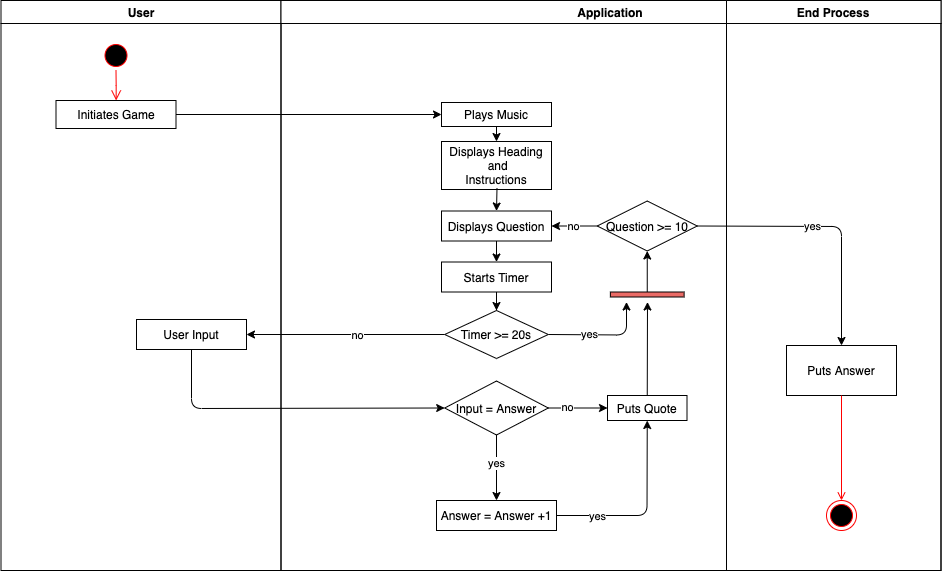
The draw.io diagram T1_A3/Control Flow.png in henrydrayton/henrydrayton.github.io, before a commit. Source tidied: cells renumbered, new cells last; positions are measured from the earlier drawing's top-left corner, leaving out a move shared by most shapes. Source of this version:
```xml
<mxGraphModel background="#ffffff">
  <root>
    <mxCell id="0" />
    <mxCell id="1" parent="0" />
    <mxCell id="2" value="User" style="swimlane;whiteSpace=wrap;" parent="1" vertex="1">
      <mxGeometry x="0.5" width="280" height="570" as="geometry" />
    </mxCell>
    <mxCell id="3" style="ellipse;shape=startState;fillColor=#000000;strokeColor=#ff0000;" parent="2" vertex="1">
      <mxGeometry x="100" y="40" width="30" height="30" as="geometry" />
    </mxCell>
    <mxCell id="4" style="edgeStyle=elbowEdgeStyle;elbow=horizontal;verticalAlign=bottom;endArrow=open;endSize=8;strokeColor=#FF0000;endFill=1;rounded=0;" parent="2" edge="1" source="3" target="6">
      <mxGeometry x="100" y="40" as="geometry" />
    </mxCell>
    <mxCell id="5" style="edgeStyle=elbowEdgeStyle;elbow=horizontal;strokeColor=#FF0000;endArrow=open;endFill=1;rounded=0;" parent="2" edge="1" source="x">
      <mxGeometry relative="1" as="geometry">
        <mxPoint x="60" y="237" as="targetPoint" />
        <Array as="points">
          <mxPoint x="30" y="352" />
        </Array>
      </mxGeometry>
    </mxCell>
    <mxCell id="6" value="Initiates Game" style="rounded=0;whiteSpace=wrap;html=1;" parent="2" vertex="1">
      <mxGeometry x="55" y="100" width="120" height="28" as="geometry" />
    </mxCell>
    <mxCell id="7" value="User Input" parent="2" vertex="1">
      <mxGeometry x="135.5" y="319" width="110" height="30" as="geometry" />
    </mxCell>
    <mxCell id="8" value="Application" style="swimlane;whiteSpace=wrap;" parent="1" vertex="1">
      <mxGeometry x="280.5" width="660" height="570" as="geometry" />
    </mxCell>
    <mxCell id="9" value="Plays Music" parent="8" vertex="1">
      <mxGeometry x="160.5" y="102" width="110" height="24" as="geometry" />
    </mxCell>
    <mxCell id="10" style="edgeStyle=orthogonalEdgeStyle;rounded=0;sketch=0;jettySize=auto;html=1;entryX=0.5;entryY=0;entryDx=0;entryDy=0;shadow=0;strokeColor=#000000;" parent="8" edge="1" source="11" target="23">
      <mxGeometry relative="1" as="geometry" />
    </mxCell>
    <mxCell id="11" value="Displays Question" parent="8" vertex="1">
      <mxGeometry x="160.5" y="210.5" width="110" height="30" as="geometry" />
    </mxCell>
    <mxCell id="12" value="Displays Heading&#10; and &#10;Instructions" parent="8" vertex="1">
      <mxGeometry x="160.5" y="141" width="110" height="48" as="geometry" />
    </mxCell>
    <mxCell id="13" style="endArrow=classic;html=1;exitX=0.5;exitY=1;exitDx=0;exitDy=0;entryX=0.5;entryY=0;entryDx=0;entryDy=0;" parent="8" edge="1" source="9" target="12">
      <mxGeometry relative="1" as="geometry" />
    </mxCell>
    <mxCell id="14" style="endArrow=classic;html=1;entryX=0.5;entryY=0;entryDx=0;entryDy=0;" parent="8" edge="1" target="11">
      <mxGeometry relative="1" as="geometry">
        <mxPoint x="216" y="187.5" as="sourcePoint" />
      </mxGeometry>
    </mxCell>
    <mxCell id="15" value="Input = Answer&lt;br&gt;" style="rhombus;whiteSpace=wrap;html=1;" parent="8" vertex="1">
      <mxGeometry x="163.7" y="380.5" width="103.6" height="54" as="geometry" />
    </mxCell>
    <mxCell id="16" value="Answer = Answer +1" parent="8" vertex="1">
      <mxGeometry x="155.5" y="500" width="120" height="30" as="geometry" />
    </mxCell>
    <mxCell id="17" value="Puts Quote" parent="8" vertex="1">
      <mxGeometry x="326.5" y="395" width="79.5" height="25" as="geometry" />
    </mxCell>
    <mxCell id="18" value="yes" style="endArrow=classic;html=1;exitX=0.5;exitY=1;exitDx=0;exitDy=0;entryX=0.5;entryY=0;entryDx=0;entryDy=0;" parent="8" edge="1" source="15" target="16">
      <mxGeometry x="-0.11" relative="1" as="geometry" />
    </mxCell>
    <mxCell id="19" style="endArrow=classic;html=1;exitX=1;exitY=0.5;exitDx=0;exitDy=0;entryX=0;entryY=0.5;entryDx=0;entryDy=0;" parent="8" edge="1" source="15" target="17">
      <mxGeometry relative="1" as="geometry" />
    </mxCell>
    <mxCell id="20" value="no" style="edgeLabel;html=1;align=center;verticalAlign=middle;" parent="19" vertex="1">
      <mxGeometry x="-0.36" y="1" relative="1" as="geometry" />
    </mxCell>
    <mxCell id="21" style="endArrow=classic;html=1;exitX=0.5;exitY=0;exitDx=0;exitDy=0;" parent="8" edge="1" source="17">
      <mxGeometry relative="1" as="geometry">
        <mxPoint x="366.5" y="301.5" as="targetPoint" />
      </mxGeometry>
    </mxCell>
    <mxCell id="22" style="edgeStyle=orthogonalEdgeStyle;rounded=0;sketch=0;jettySize=auto;html=1;shadow=0;strokeColor=#000000;" parent="8" edge="1" target="24">
      <mxGeometry relative="1" as="geometry">
        <mxPoint x="215.5" y="300" as="sourcePoint" />
      </mxGeometry>
    </mxCell>
    <mxCell id="23" value="Starts Timer" parent="8" vertex="1">
      <mxGeometry x="160.5" y="261.5" width="110" height="30" as="geometry" />
    </mxCell>
    <mxCell id="24" value="Timer &amp;gt;= 20s" style="rhombus;whiteSpace=wrap;html=1;" parent="8" vertex="1">
      <mxGeometry x="163.7" y="310" width="103.6" height="48" as="geometry" />
    </mxCell>
    <mxCell id="25" style="endArrow=classic;html=1;exitX=1;exitY=0.5;exitDx=0;exitDy=0;entryX=0.5;entryY=1;entryDx=0;entryDy=0;" parent="8" edge="1" source="16" target="17">
      <mxGeometry relative="1" as="geometry">
        <Array as="points">
          <mxPoint x="366" y="515" />
        </Array>
      </mxGeometry>
    </mxCell>
    <mxCell id="26" value="yes" style="edgeLabel;html=1;align=center;verticalAlign=middle;" parent="25" vertex="1">
      <mxGeometry x="-0.14" y="1" relative="1" as="geometry">
        <mxPoint x="-39.5" y="1" as="offset" />
      </mxGeometry>
    </mxCell>
    <mxCell id="27" value="no" style="edgeStyle=orthogonalEdgeStyle;rounded=0;sketch=0;jettySize=auto;html=1;shadow=0;strokeColor=#000000;" parent="8" edge="1" source="28" target="11">
      <mxGeometry relative="1" as="geometry" />
    </mxCell>
    <mxCell id="28" value="Question &amp;gt;= 10" style="rhombus;whiteSpace=wrap;html=1;" parent="8" vertex="1">
      <mxGeometry x="316.2" y="200.5" width="100" height="50" as="geometry" />
    </mxCell>
    <mxCell id="29" value="yes" style="endArrow=classic;html=1;exitX=1;exitY=0.5;exitDx=0;exitDy=0;fillColor=#f8cecc;" parent="8" edge="1" source="24">
      <mxGeometry x="-0.27" relative="1" as="geometry">
        <mxPoint x="345.5" y="301.5" as="targetPoint" />
        <Array as="points">
          <mxPoint x="345.5" y="334.5" />
        </Array>
      </mxGeometry>
    </mxCell>
    <mxCell id="30" style="edgeStyle=orthogonalEdgeStyle;rounded=0;sketch=0;jettySize=auto;html=1;entryX=0.5;entryY=1;entryDx=0;entryDy=0;shadow=0;strokeColor=#000000;" parent="8" edge="1" source="31" target="28">
      <mxGeometry relative="1" as="geometry" />
    </mxCell>
    <mxCell id="31" style="rounded=0;whiteSpace=wrap;html=1;fillColor=#EA6B66;" parent="8" vertex="1">
      <mxGeometry x="329.4" y="291.5" width="73.8" height="5" as="geometry" />
    </mxCell>
    <mxCell id="32" value="Puts Answer" parent="8" vertex="1">
      <mxGeometry x="505.5" y="345" width="110" height="50" as="geometry" />
    </mxCell>
    <mxCell id="33" style="endArrow=classic;html=1;exitX=1;exitY=0.5;exitDx=0;exitDy=0;entryX=0.5;entryY=0;entryDx=0;entryDy=0;" parent="8" edge="1" source="28" target="32">
      <mxGeometry relative="1" as="geometry">
        <Array as="points">
          <mxPoint x="560.5" y="226" />
        </Array>
      </mxGeometry>
    </mxCell>
    <mxCell id="34" value="yes" style="edgeLabel;html=1;align=center;verticalAlign=middle;" parent="33" vertex="1">
      <mxGeometry x="-0.04" y="1" relative="1" as="geometry">
        <mxPoint x="-12.4" y="0.7" as="offset" />
      </mxGeometry>
    </mxCell>
    <mxCell id="35" style="ellipse;shape=endState;fillColor=#000000;strokeColor=#ff0000;" parent="8" vertex="1">
      <mxGeometry x="545.5" y="500" width="30" height="30" as="geometry" />
    </mxCell>
    <mxCell id="36" style="endArrow=open;strokeColor=#FF0000;endFill=1;rounded=0;" parent="8" edge="1" source="32" target="35">
      <mxGeometry relative="1" as="geometry" />
    </mxCell>
    <mxCell id="37" style="endArrow=classic;html=1;exitX=1;exitY=0.5;exitDx=0;exitDy=0;entryX=0;entryY=0.5;entryDx=0;entryDy=0;" parent="1" edge="1" source="6" target="9">
      <mxGeometry relative="1" as="geometry" />
    </mxCell>
    <mxCell id="38" style="endArrow=classic;html=1;entryX=0;entryY=0.5;entryDx=0;entryDy=0;exitX=0.5;exitY=1;exitDx=0;exitDy=0;" parent="1" edge="1" source="7" target="15">
      <mxGeometry relative="1" as="geometry">
        <Array as="points">
          <mxPoint x="191" y="408" />
        </Array>
      </mxGeometry>
    </mxCell>
    <mxCell id="39" value="End Process" style="swimlane;whiteSpace=wrap;" parent="1" vertex="1">
      <mxGeometry x="726" width="214.5" height="570" as="geometry" />
    </mxCell>
    <mxCell id="40" style="edgeStyle=orthogonalEdgeStyle;rounded=0;sketch=0;jettySize=auto;html=1;entryX=1;entryY=0.5;entryDx=0;entryDy=0;shadow=0;strokeColor=#000000;" parent="1" edge="1" source="24" target="7">
      <mxGeometry relative="1" as="geometry" />
    </mxCell>
    <mxCell id="41" value="no" style="edgeLabel;html=1;align=center;verticalAlign=middle;" parent="40" vertex="1">
      <mxGeometry x="-0.46" y="-3" relative="1" as="geometry">
        <mxPoint x="-34.7" y="3" as="offset" />
      </mxGeometry>
    </mxCell>
  </root>
</mxGraphModel>
```
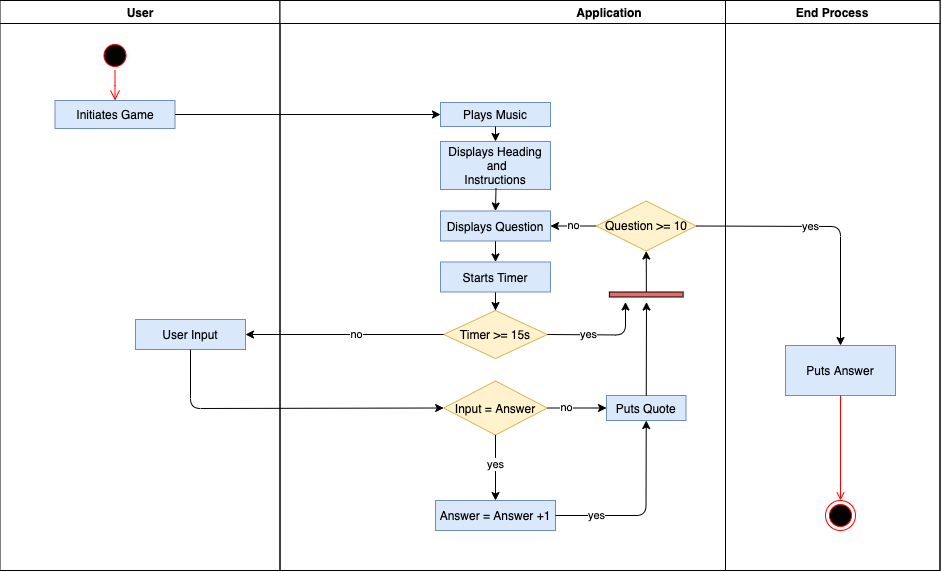
Above is the later version.

The edit, as a diff of the source:
```diff
@@ -11,33 +11,25 @@
     <mxCell id="4" style="edgeStyle=elbowEdgeStyle;elbow=horizontal;verticalAlign=bottom;endArrow=open;endSize=8;strokeColor=#FF0000;endFill=1;rounded=0;" parent="2" edge="1" source="3" target="6">
       <mxGeometry x="100" y="40" as="geometry" />
     </mxCell>
-    <mxCell id="5" style="edgeStyle=elbowEdgeStyle;elbow=horizontal;strokeColor=#FF0000;endArrow=open;endFill=1;rounded=0;" parent="2" edge="1" source="x">
-      <mxGeometry relative="1" as="geometry">
-        <mxPoint x="60" y="237" as="targetPoint" />
-        <Array as="points">
-          <mxPoint x="30" y="352" />
-        </Array>
-      </mxGeometry>
-    </mxCell>
-    <mxCell id="6" value="Initiates Game" style="rounded=0;whiteSpace=wrap;html=1;" parent="2" vertex="1">
+    <mxCell id="6" value="Initiates Game" style="rounded=0;whiteSpace=wrap;html=1;fillColor=#dae8fc;strokeColor=#6c8ebf;" parent="2" vertex="1">
       <mxGeometry x="55" y="100" width="120" height="28" as="geometry" />
     </mxCell>
-    <mxCell id="7" value="User Input" parent="2" vertex="1">
+    <mxCell id="7" value="User Input" style="fillColor=#dae8fc;strokeColor=#6c8ebf;" parent="2" vertex="1">
       <mxGeometry x="135.5" y="319" width="110" height="30" as="geometry" />
     </mxCell>
     <mxCell id="8" value="Application" style="swimlane;whiteSpace=wrap;" parent="1" vertex="1">
       <mxGeometry x="280.5" width="660" height="570" as="geometry" />
     </mxCell>
-    <mxCell id="9" value="Plays Music" parent="8" vertex="1">
+    <mxCell id="9" value="Plays Music" style="fillColor=#dae8fc;strokeColor=#6c8ebf;" parent="8" vertex="1">
       <mxGeometry x="160.5" y="102" width="110" height="24" as="geometry" />
     </mxCell>
     <mxCell id="10" style="edgeStyle=orthogonalEdgeStyle;rounded=0;sketch=0;jettySize=auto;html=1;entryX=0.5;entryY=0;entryDx=0;entryDy=0;shadow=0;strokeColor=#000000;" parent="8" edge="1" source="11" target="23">
       <mxGeometry relative="1" as="geometry" />
     </mxCell>
-    <mxCell id="11" value="Displays Question" parent="8" vertex="1">
+    <mxCell id="11" value="Displays Question" style="fillColor=#dae8fc;strokeColor=#6c8ebf;" parent="8" vertex="1">
       <mxGeometry x="160.5" y="210.5" width="110" height="30" as="geometry" />
     </mxCell>
-    <mxCell id="12" value="Displays Heading&#10; and &#10;Instructions" parent="8" vertex="1">
+    <mxCell id="12" value="Displays Heading&#10; and &#10;Instructions" style="fillColor=#dae8fc;strokeColor=#6c8ebf;" parent="8" vertex="1">
       <mxGeometry x="160.5" y="141" width="110" height="48" as="geometry" />
     </mxCell>
     <mxCell id="13" style="endArrow=classic;html=1;exitX=0.5;exitY=1;exitDx=0;exitDy=0;entryX=0.5;entryY=0;entryDx=0;entryDy=0;" parent="8" edge="1" source="9" target="12">
@@ -48,13 +40,13 @@
         <mxPoint x="216" y="187.5" as="sourcePoint" />
       </mxGeometry>
     </mxCell>
-    <mxCell id="15" value="Input = Answer&lt;br&gt;" style="rhombus;whiteSpace=wrap;html=1;" parent="8" vertex="1">
+    <mxCell id="15" value="Input = Answer&lt;br&gt;" style="rhombus;whiteSpace=wrap;html=1;fillColor=#fff2cc;strokeColor=#d6b656;" parent="8" vertex="1">
       <mxGeometry x="163.7" y="380.5" width="103.6" height="54" as="geometry" />
     </mxCell>
-    <mxCell id="16" value="Answer = Answer +1" parent="8" vertex="1">
+    <mxCell id="16" value="Answer = Answer +1" style="fillColor=#dae8fc;strokeColor=#6c8ebf;" parent="8" vertex="1">
       <mxGeometry x="155.5" y="500" width="120" height="30" as="geometry" />
     </mxCell>
-    <mxCell id="17" value="Puts Quote" parent="8" vertex="1">
+    <mxCell id="17" value="Puts Quote" style="fillColor=#dae8fc;strokeColor=#6c8ebf;" parent="8" vertex="1">
       <mxGeometry x="326.5" y="395" width="79.5" height="25" as="geometry" />
     </mxCell>
     <mxCell id="18" value="yes" style="endArrow=classic;html=1;exitX=0.5;exitY=1;exitDx=0;exitDy=0;entryX=0.5;entryY=0;entryDx=0;entryDy=0;" parent="8" edge="1" source="15" target="16">
@@ -76,10 +68,10 @@
         <mxPoint x="215.5" y="300" as="sourcePoint" />
       </mxGeometry>
     </mxCell>
-    <mxCell id="23" value="Starts Timer" parent="8" vertex="1">
+    <mxCell id="23" value="Starts Timer" style="fillColor=#dae8fc;strokeColor=#6c8ebf;" parent="8" vertex="1">
       <mxGeometry x="160.5" y="261.5" width="110" height="30" as="geometry" />
     </mxCell>
-    <mxCell id="24" value="Timer &amp;gt;= 20s" style="rhombus;whiteSpace=wrap;html=1;" parent="8" vertex="1">
+    <mxCell id="24" value="Timer &amp;gt;= 15s" style="rhombus;whiteSpace=wrap;html=1;fillColor=#fff2cc;strokeColor=#d6b656;" parent="8" vertex="1">
       <mxGeometry x="163.7" y="310" width="103.6" height="48" as="geometry" />
     </mxCell>
     <mxCell id="25" style="endArrow=classic;html=1;exitX=1;exitY=0.5;exitDx=0;exitDy=0;entryX=0.5;entryY=1;entryDx=0;entryDy=0;" parent="8" edge="1" source="16" target="17">
@@ -97,7 +89,7 @@
     <mxCell id="27" value="no" style="edgeStyle=orthogonalEdgeStyle;rounded=0;sketch=0;jettySize=auto;html=1;shadow=0;strokeColor=#000000;" parent="8" edge="1" source="28" target="11">
       <mxGeometry relative="1" as="geometry" />
     </mxCell>
-    <mxCell id="28" value="Question &amp;gt;= 10" style="rhombus;whiteSpace=wrap;html=1;" parent="8" vertex="1">
+    <mxCell id="28" value="Question &amp;gt;= 10" style="rhombus;whiteSpace=wrap;html=1;fillColor=#fff2cc;strokeColor=#d6b656;" parent="8" vertex="1">
       <mxGeometry x="316.2" y="200.5" width="100" height="50" as="geometry" />
     </mxCell>
     <mxCell id="29" value="yes" style="endArrow=classic;html=1;exitX=1;exitY=0.5;exitDx=0;exitDy=0;fillColor=#f8cecc;" parent="8" edge="1" source="24">
@@ -114,7 +106,7 @@
     <mxCell id="31" style="rounded=0;whiteSpace=wrap;html=1;fillColor=#EA6B66;" parent="8" vertex="1">
       <mxGeometry x="329.4" y="291.5" width="73.8" height="5" as="geometry" />
     </mxCell>
-    <mxCell id="32" value="Puts Answer" parent="8" vertex="1">
+    <mxCell id="32" value="Puts Answer" style="fillColor=#dae8fc;strokeColor=#6c8ebf;" parent="8" vertex="1">
       <mxGeometry x="505.5" y="345" width="110" height="50" as="geometry" />
     </mxCell>
     <mxCell id="33" style="endArrow=classic;html=1;exitX=1;exitY=0.5;exitDx=0;exitDy=0;entryX=0.5;entryY=0;entryDx=0;entryDy=0;" parent="8" edge="1" source="28" target="32">
```
